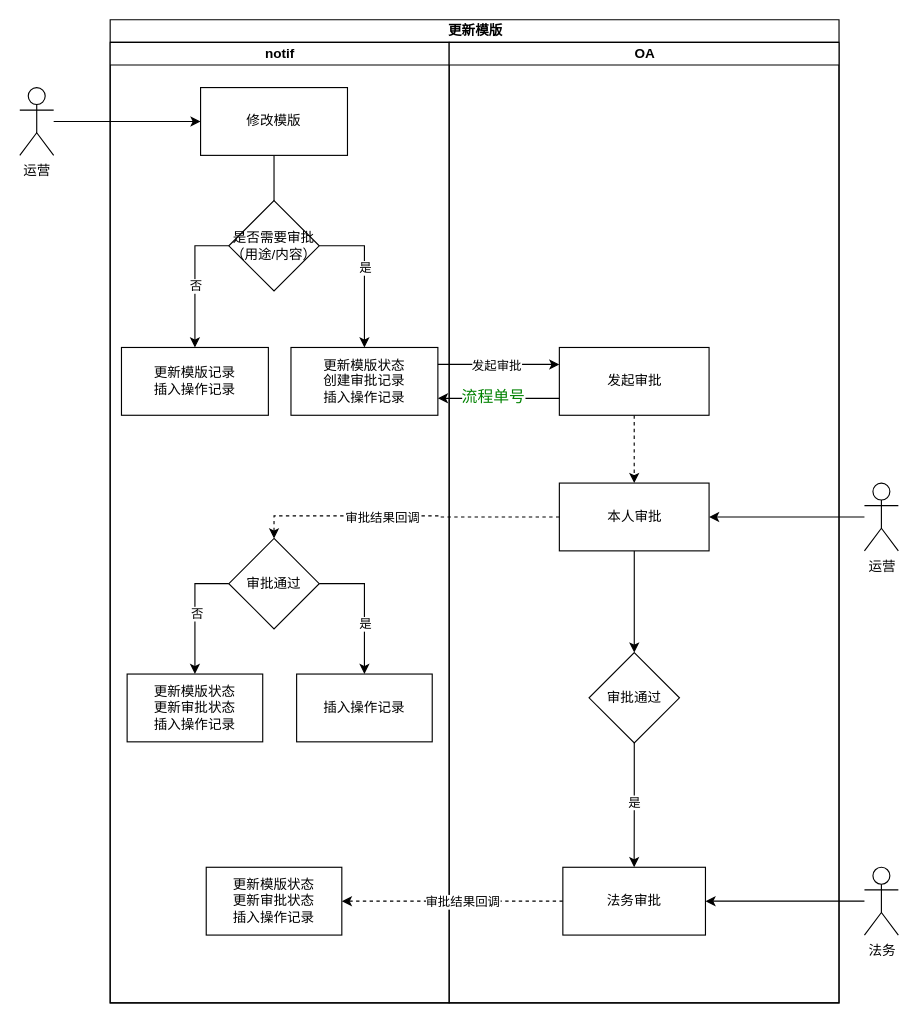
ABIN-DS/flowchart keeps this draw.io diagram as page "修改模版" (2 of 4) of 短信模版接入OA审批流.drawio. Above is the earlier version. Source tidied: cells renumbered, new cells numbered last; positions are measured from the earlier drawing's top-left corner, leaving out a move shared by most shapes. Both pictures are drawn from the tidied source at 113%, with x=0, y=0 at pixel (19, 19).
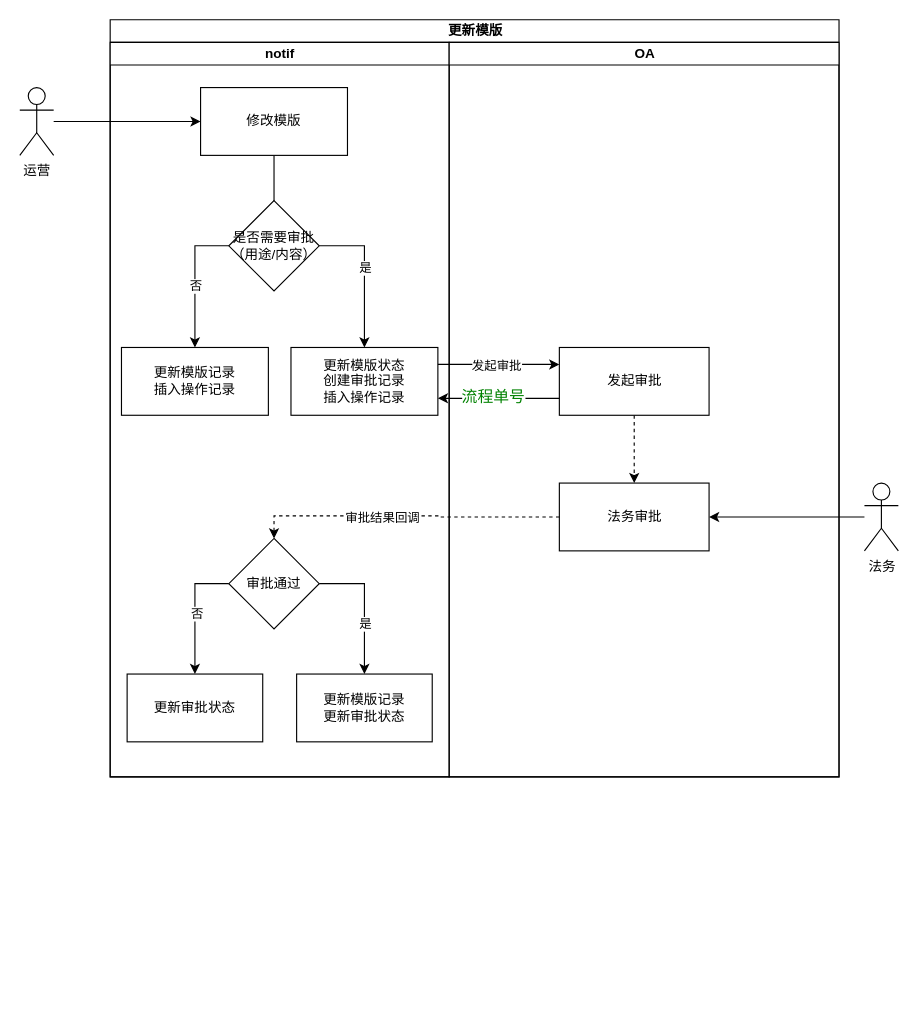
Above is the later version.

Change to the diagram source:
```diff
@@
     <mxCell id="2" value="更新模版" style="swimlane;startSize=20;html=1;" parent="1" vertex="1">
-      <mxGeometry x="80" width="645" height="870" as="geometry" />
+      <mxGeometry x="80" width="645" height="670" as="geometry" />
     </mxCell>
     <mxCell id="3" value="notif" style="swimlane;startSize=20;html=1;" parent="2" vertex="1">
-      <mxGeometry y="20" width="300" height="850" as="geometry" />
+      <mxGeometry y="20" width="300" height="650" as="geometry" />
     </mxCell>
@@
-    <mxCell id="7" value="&lt;div&gt;&lt;span style=&quot;background-color: initial;&quot;&gt;插入操作记录&lt;/span&gt;&lt;br&gt;&lt;/div&gt;" style="whiteSpace=wrap;html=1;rounded=0;" parent="3" vertex="1">
+    <mxCell id="7" value="&lt;div&gt;&lt;div&gt;更新模版记录&lt;/div&gt;&lt;div&gt;更新审批状态&lt;/div&gt;&lt;/div&gt;" style="whiteSpace=wrap;html=1;rounded=0;" parent="3" vertex="1">
       <mxGeometry x="165" y="559" width="120" height="60" as="geometry" />
     </mxCell>
@@
-    <mxCell id="13" value="更新模版状态&lt;div&gt;更新审批状态&lt;/div&gt;&lt;div&gt;插入操作记录&lt;/div&gt;" style="whiteSpace=wrap;html=1;rounded=0;" parent="3" vertex="1">
+    <mxCell id="13" value="更新审批状态" style="whiteSpace=wrap;html=1;rounded=0;" parent="3" vertex="1">
       <mxGeometry x="15" y="559" width="120" height="60" as="geometry" />
     </mxCell>
-    <mxCell id="14" value="更新模版状态&lt;div&gt;更新审批状态&lt;/div&gt;&lt;div&gt;插入操作记录&lt;/div&gt;" style="whiteSpace=wrap;html=1;rounded=0;" parent="3" vertex="1">
-      <mxGeometry x="85" y="730" width="120" height="60" as="geometry" />
-    </mxCell>
@@
     <mxCell id="23" value="OA" style="swimlane;startSize=20;html=1;" parent="2" vertex="1">
-      <mxGeometry x="300" y="20" width="345" height="850" as="geometry" />
+      <mxGeometry x="300" y="20" width="345" height="650" as="geometry" />
     </mxCell>
@@
-    <mxCell id="26" style="edgeStyle=orthogonalEdgeStyle;rounded=0;jettySize=auto;html=1;" parent="23" edge="1" source="27" target="28">
-      <mxGeometry relative="1" as="geometry" />
-    </mxCell>
-    <mxCell id="27" value="本人审批" style="rounded=0;whiteSpace=wrap;html=1;" parent="23" vertex="1">
+    <mxCell id="27" value="法务审批" style="rounded=0;whiteSpace=wrap;html=1;" parent="23" vertex="1">
       <mxGeometry x="97.5" y="390" width="132.5" height="60" as="geometry" />
     </mxCell>
-    <mxCell id="28" value="审批通过" style="rhombus;whiteSpace=wrap;html=1;rounded=0;" parent="23" vertex="1">
-      <mxGeometry x="123.8" y="540" width="80" height="80" as="geometry" />
-    </mxCell>
-    <mxCell id="29" value="法务审批" style="rounded=0;whiteSpace=wrap;html=1;" parent="23" vertex="1">
-      <mxGeometry x="100.6" y="730" width="126.2" height="60" as="geometry" />
-    </mxCell>
-    <mxCell id="30" style="edgeStyle=orthogonalEdgeStyle;rounded=0;jettySize=auto;html=1;" parent="23" edge="1" source="28" target="29">
-      <mxGeometry relative="1" as="geometry" />
-    </mxCell>
-    <mxCell id="31" value="是" style="edgeLabel;html=1;align=center;verticalAlign=middle;" parent="30" vertex="1">
-      <mxGeometry x="-0.14" y="3" relative="1" as="geometry">
-        <mxPoint x="-3" y="5" as="offset" />
-      </mxGeometry>
-    </mxCell>
@@
-    <mxCell id="36" style="edgeStyle=orthogonalEdgeStyle;rounded=0;jettySize=auto;html=1;entryX=1;entryY=0.5;entryDx=0;entryDy=0;dashed=1;" parent="2" edge="1" source="29" target="14">
-      <mxGeometry relative="1" as="geometry" />
-    </mxCell>
-    <mxCell id="37" value="审批结果回调" style="edgeLabel;html=1;align=center;verticalAlign=middle;" parent="36" vertex="1">
-      <mxGeometry x="-0.08" relative="1" as="geometry">
-        <mxPoint x="1" as="offset" />
-      </mxGeometry>
-    </mxCell>
@@
-    <mxCell id="41" value="运营" style="shape=umlActor;verticalLabelPosition=bottom;verticalAlign=top;html=1;outlineConnect=0;" parent="1" vertex="1">
+    <mxCell id="41" value="法务" style="shape=umlActor;verticalLabelPosition=bottom;verticalAlign=top;html=1;outlineConnect=0;" parent="1" vertex="1">
       <mxGeometry x="747.5" y="410" width="30" height="60" as="geometry" />
     </mxCell>
-    <mxCell id="42" style="edgeStyle=orthogonalEdgeStyle;rounded=0;jettySize=auto;html=1;entryX=1;entryY=0.5;entryDx=0;entryDy=0;" parent="1" edge="1" source="43" target="29">
-      <mxGeometry relative="1" as="geometry" />
-    </mxCell>
-    <mxCell id="43" value="法务" style="shape=umlActor;verticalLabelPosition=bottom;verticalAlign=top;html=1;outlineConnect=0;" parent="1" vertex="1">
-      <mxGeometry x="747.5" y="750" width="30" height="60" as="geometry" />
-    </mxCell>
```
